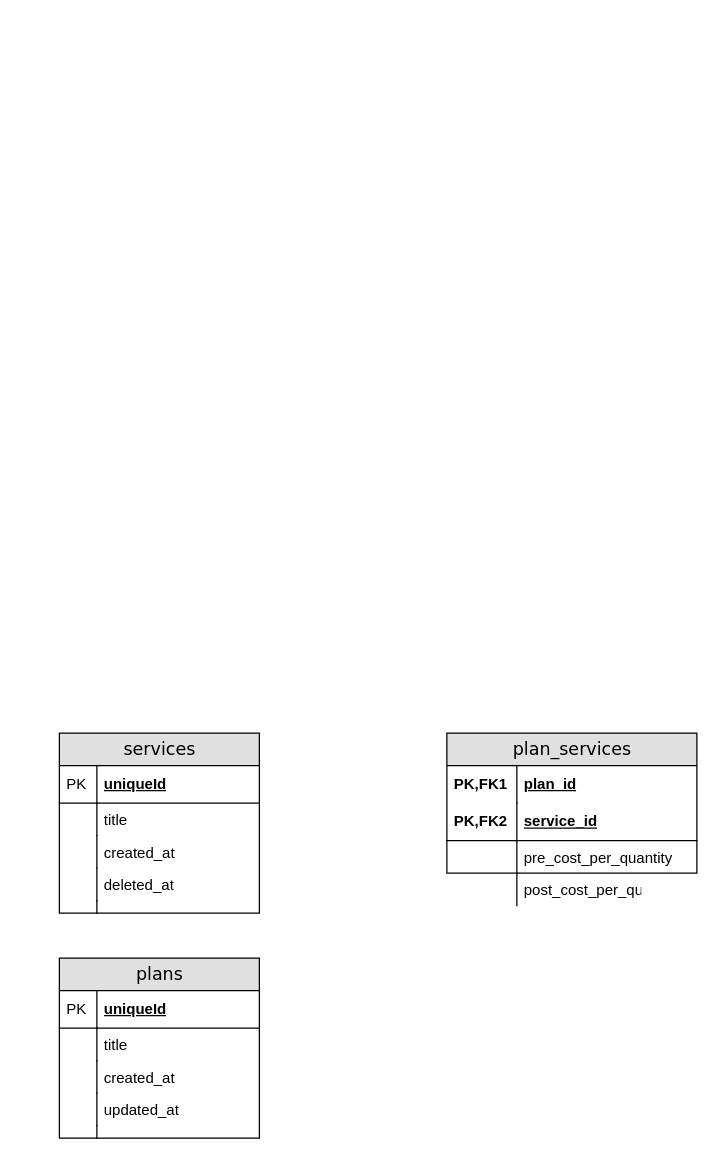
Above: db/Untitled Diagram.drawio in brnrajoriya/mailer-payment-module-db (draw.io), before the change. Source tidied: cells renumbered, new cells numbered last; positions are measured from the earlier drawing's top-left corner, leaving out a move shared by most shapes. Both pictures are drawn from the tidied source at 125%, with x=0, y=0 at pixel (59, 732).
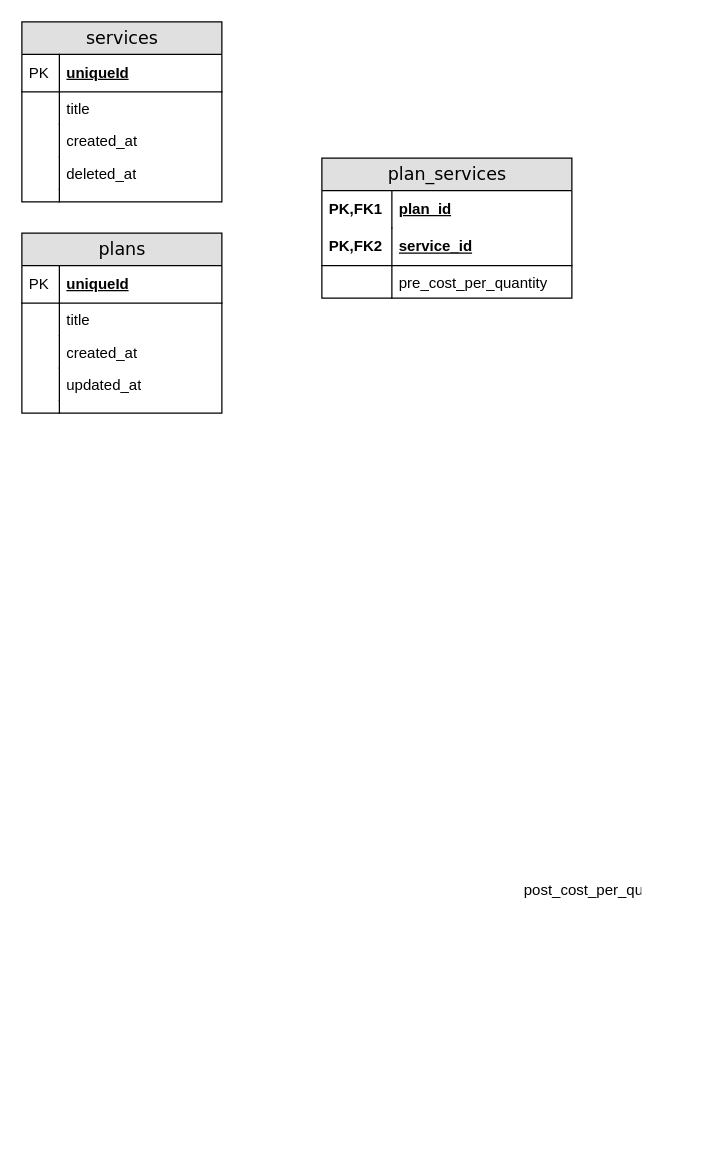
Above is the later version.

Change to the diagram source:
```diff
@@
     <mxCell id="2" value="plan_services" style="swimlane;html=1;fontStyle=0;horizontal=1;startSize=26;fillColor=#e0e0e0;swimlaneFillColor=#ffffff;align=center;rounded=0;shadow=0;comic=0;labelBackgroundColor=none;strokeWidth=1;fontFamily=Verdana;fontSize=14;" parent="1" vertex="1">
-      <mxGeometry x="310" width="200" height="112" as="geometry" />
+      <mxGeometry x="210" y="-460" width="200" height="112" as="geometry" />
     </mxCell>
@@
     <mxCell id="9" value="services" style="swimlane;html=1;fontStyle=0;horizontal=1;startSize=26;fillColor=#e0e0e0;swimlaneFillColor=#ffffff;align=center;rounded=0;shadow=0;comic=0;labelBackgroundColor=none;strokeWidth=1;fontFamily=Verdana;fontSize=14;" parent="1" vertex="1">
-      <mxGeometry width="160" height="144" as="geometry" />
+      <mxGeometry x="-30" y="-569" width="160" height="144" as="geometry" />
     </mxCell>
@@
     <mxCell id="20" value="plans" style="swimlane;html=1;fontStyle=0;horizontal=1;startSize=26;fillColor=#e0e0e0;swimlaneFillColor=#ffffff;align=center;rounded=0;shadow=0;comic=0;labelBackgroundColor=none;strokeWidth=1;fontFamily=Verdana;fontSize=14;swimlaneLine=1;" parent="1" vertex="1">
-      <mxGeometry y="180" width="160" height="144" as="geometry" />
+      <mxGeometry x="-30" y="-400" width="160" height="144" as="geometry" />
     </mxCell>
@@
-    <mxCell id="32" style="shape=partialRectangle;top=0;left=0;right=0;bottom=0;html=1;align=left;verticalAlign=top;fillColor=none;spacingLeft=60;spacingRight=4;whiteSpace=wrap;overflow=hidden;" parent="1" vertex="1">
-      <mxGeometry x="310" y="112" width="200" height="26" as="geometry" />
-    </mxCell>
-    <mxCell id="33" style="shape=partialRectangle;top=0;left=0;bottom=0;html=1;fillColor=none;align=left;verticalAlign=top;spacingLeft=4;spacingRight=4;whiteSpace=wrap;overflow=hidden;" parent="32" vertex="1">
-      <mxGeometry width="56" height="26" as="geometry" />
-    </mxCell>
```
